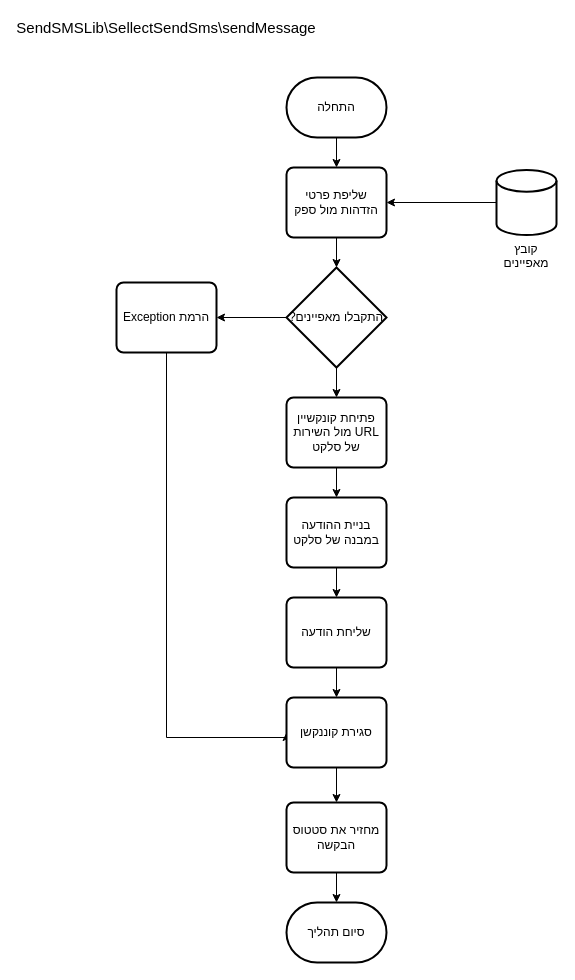
Above: סלקט.drawio in eyallit/draw.io (draw.io), before the change. Source tidied: cells renumbered, new cells numbered last; positions are measured from the earlier drawing's top-left corner, leaving out a move shared by most shapes. Both pictures are drawn from the tidied source at 100%, with x=0, y=0 at pixel (36, 17).
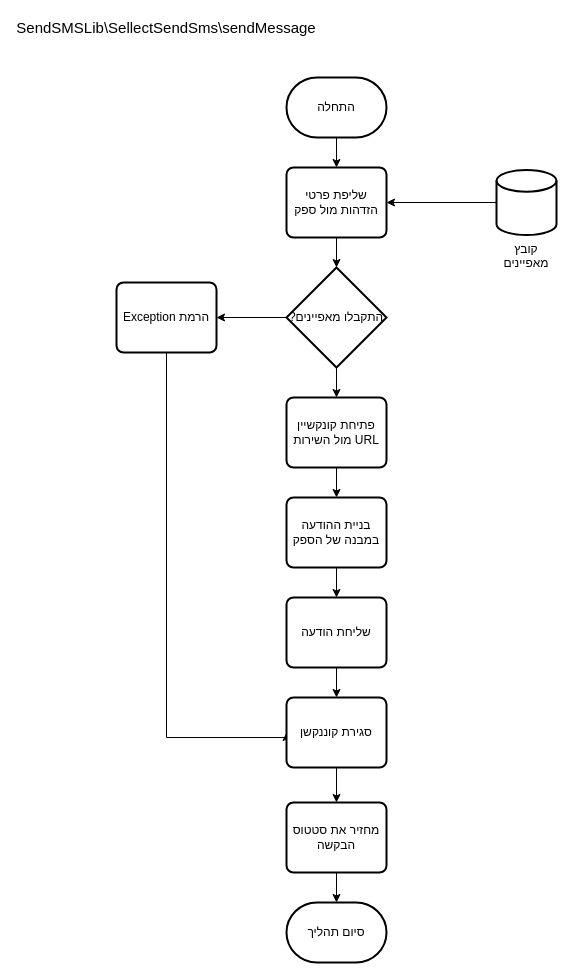
The same diagram, later.

Change to the diagram source:
```diff
@@
-    <mxCell id="12" value="&lt;span lang=&quot;HE&quot; dir=&quot;RTL&quot;&gt;פתיחת קונקשיין &lt;/span&gt;&lt;span&gt;URL&lt;/span&gt;&lt;span lang=&quot;HE&quot; dir=&quot;RTL&quot;&gt; מול השירות של סלקט&lt;/span&gt;" style="rounded=1;whiteSpace=wrap;html=1;absoluteArcSize=1;arcSize=14;strokeWidth=2;textDirection=rtl;" parent="1" vertex="1">
+    <mxCell id="12" value="&lt;span lang=&quot;HE&quot; dir=&quot;RTL&quot;&gt;פתיחת קונקשיין &lt;/span&gt;&lt;span&gt;URL&lt;/span&gt;&lt;span lang=&quot;HE&quot; dir=&quot;RTL&quot;&gt; מול השירות&lt;/span&gt;" style="rounded=1;whiteSpace=wrap;html=1;absoluteArcSize=1;arcSize=14;strokeWidth=2;textDirection=rtl;" parent="1" vertex="1">
       <mxGeometry x="250" y="380" width="100" height="70" as="geometry" />
     </mxCell>
@@
-    <mxCell id="14" value="&lt;span lang=&quot;HE&quot; dir=&quot;RTL&quot;&gt;בניית ההודעה במבנה של סלקט&lt;/span&gt;&lt;br&gt;" style="rounded=1;whiteSpace=wrap;html=1;absoluteArcSize=1;arcSize=14;strokeWidth=2;textDirection=rtl;" parent="1" vertex="1">
+    <mxCell id="14" value="&lt;span lang=&quot;HE&quot; dir=&quot;RTL&quot;&gt;בניית ההודעה במבנה של הספק&lt;/span&gt;&lt;br&gt;" style="rounded=1;whiteSpace=wrap;html=1;absoluteArcSize=1;arcSize=14;strokeWidth=2;textDirection=rtl;" parent="1" vertex="1">
       <mxGeometry x="250" y="480" width="100" height="70" as="geometry" />
     </mxCell>
```
